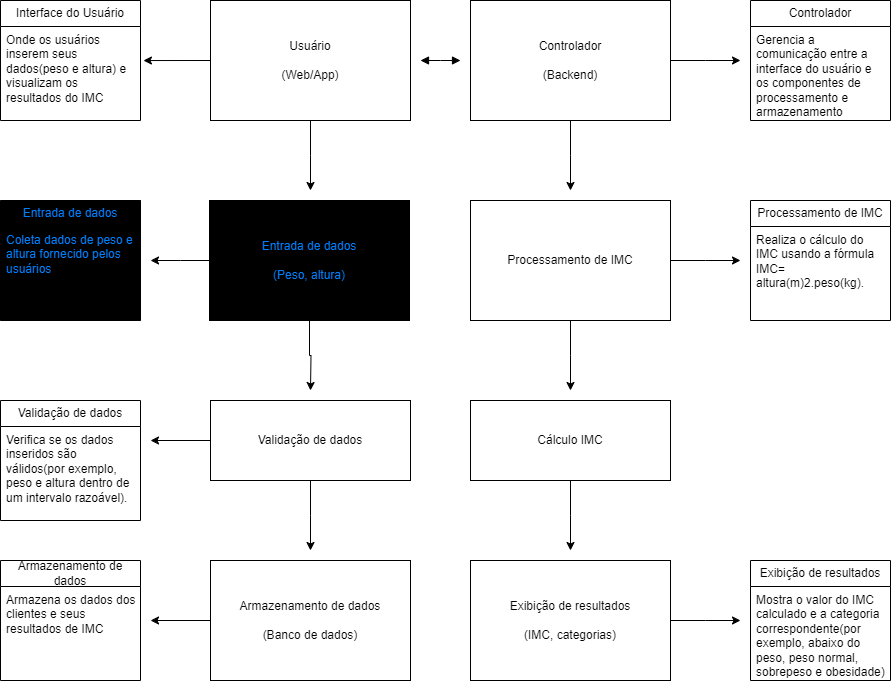
The draw.io diagram Imc.drawio.png in Zaibam/Desenvolvimento-De-Sistemas-1, before a commit. Source tidied: cells renumbered, new cells last; positions are measured from the earlier drawing's top-left corner, leaving out a move shared by most shapes.
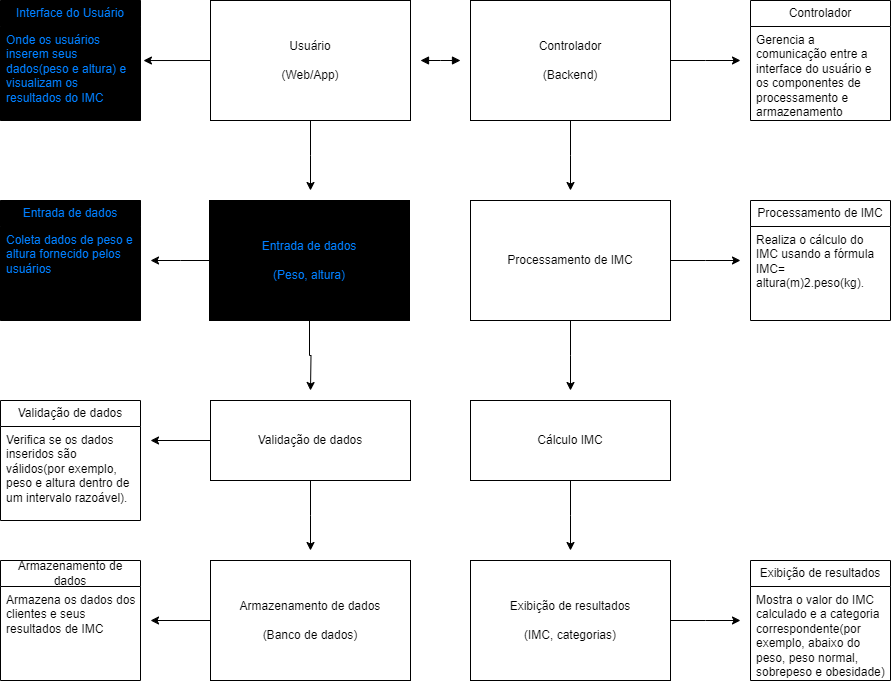
After the commit.

Diff of the diagram source:
```diff
@@ -86,10 +86,10 @@
     <mxCell id="21" value="Exibição de resultados&lt;br&gt;&lt;br&gt;(IMC, categorias)" style="html=1;whiteSpace=wrap;" parent="1" vertex="1">
       <mxGeometry x="470" y="560" width="200" height="120" as="geometry" />
     </mxCell>
-    <mxCell id="22" value="Interface do Usuário" style="swimlane;fontStyle=0;horizontal=1;startSize=26;fillColor=none;whiteSpace=wrap;html=1;" parent="1" vertex="1">
+    <mxCell id="22" value="Interface do Usuário" style="swimlane;fontStyle=0;horizontal=1;startSize=26;fillColor=#000000;whiteSpace=wrap;html=1;fontColor=#007FFF;" parent="1" vertex="1">
       <mxGeometry width="140" height="120" as="geometry" />
     </mxCell>
-    <mxCell id="23" value="Onde os usuários inserem seus dados(peso e altura) e visualizam os resultados do IMC" style="text;strokeColor=none;fillColor=none;align=left;verticalAlign=top;spacingLeft=4;spacingRight=4;overflow=hidden;points=[[0,0.5],[1,0.5]];portConstraint=eastwest;whiteSpace=wrap;html=1;" parent="22" vertex="1">
+    <mxCell id="23" value="Onde os usuários inserem seus dados(peso e altura) e visualizam os resultados do IMC" style="text;strokeColor=none;fillColor=#000000;align=left;verticalAlign=top;spacingLeft=4;spacingRight=4;overflow=hidden;points=[[0,0.5],[1,0.5]];portConstraint=eastwest;whiteSpace=wrap;html=1;fontColor=#007FFF;" parent="22" vertex="1">
       <mxGeometry y="26" width="140" height="94" as="geometry" />
     </mxCell>
     <mxCell id="24" style="edgeStyle=orthogonalEdgeStyle;rounded=0;jettySize=auto;html=1;exitX=0;exitY=0.5;exitDx=0;exitDy=0;entryX=1.021;entryY=0.362;entryDx=0;entryDy=0;entryPerimeter=0;" parent="1" edge="1" source="3" target="23">
```
